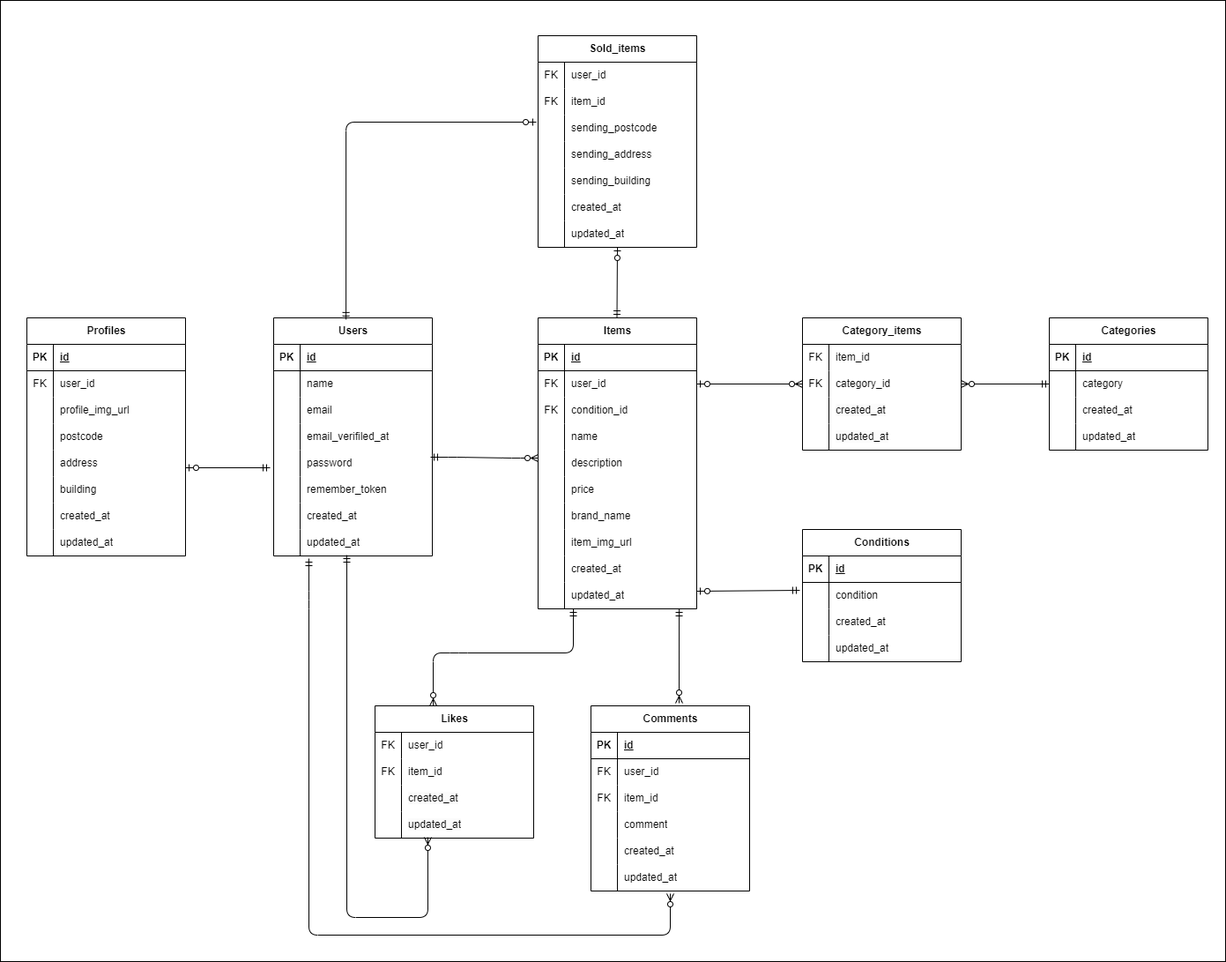
Before: freemarket.png, a diagram exported from draw.io (Zoe0327/ProTest-FreeMarket). Source tidied: cells renumbered, new cells last; positions are measured from the earlier drawing's top-left corner, leaving out a move shared by most shapes.
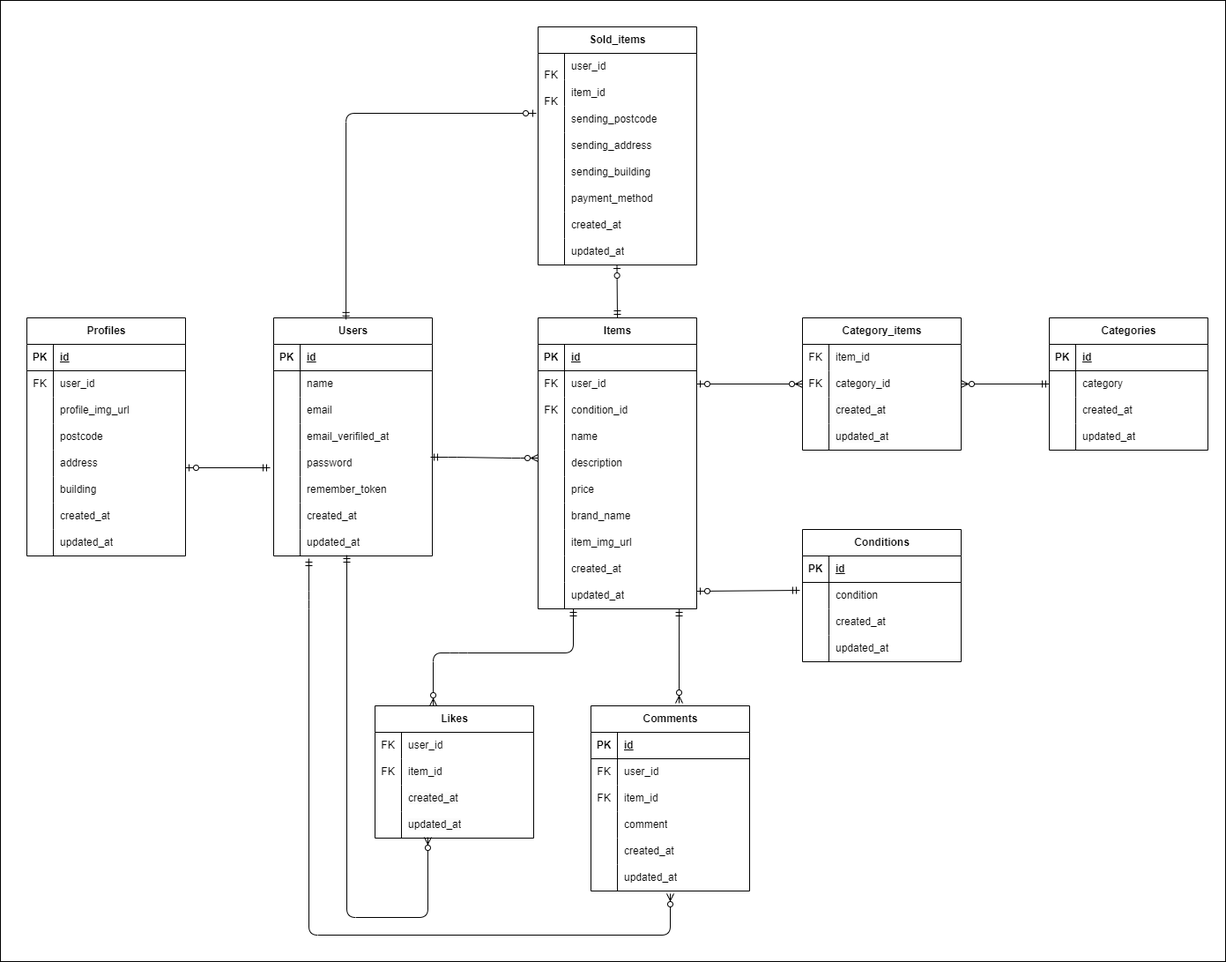
Above is the later version.

What changed in the source:
```diff
@@ -219,7 +219,7 @@
       <mxGeometry x="30" width="150" height="30" as="geometry" />
     </mxCell>
     <mxCell id="73" value="Sold_items" style="shape=table;startSize=30;rowLines=0;fontStyle=1;align=center;html=1;" parent="1" vertex="1">
-      <mxGeometry x="610" y="40" width="180" height="240" as="geometry" />
+      <mxGeometry x="610" y="30" width="180" height="270" as="geometry" />
     </mxCell>
     <mxCell id="74" style="shape=tableRow;horizontal=0;startSize=0;swimlaneHead=0;swimlaneBody=0;fillColor=none;top=0;left=0;right=0;bottom=0;" parent="73" vertex="1">
       <mxGeometry y="30" width="180" height="30" as="geometry" />
@@ -272,7 +272,7 @@
     <mxCell id="90" style="shape=partialRectangle;fillColor=none;top=0;left=0;bottom=0;right=0;overflow=hidden;whiteSpace=wrap;html=1;" parent="89" vertex="1">
       <mxGeometry width="30" height="30" as="geometry" />
     </mxCell>
-    <mxCell id="91" value="created_at" style="shape=partialRectangle;fillColor=none;top=0;left=0;bottom=0;right=0;align=left;spacingLeft=6;overflow=hidden;whiteSpace=wrap;html=1;" parent="89" vertex="1">
+    <mxCell id="91" value="payment_method" style="shape=partialRectangle;fillColor=none;top=0;left=0;bottom=0;right=0;align=left;spacingLeft=6;overflow=hidden;whiteSpace=wrap;html=1;" parent="89" vertex="1">
       <mxGeometry x="30" width="150" height="30" as="geometry" />
     </mxCell>
     <mxCell id="92" style="shape=tableRow;horizontal=0;startSize=0;swimlaneHead=0;swimlaneBody=0;fillColor=none;top=0;left=0;right=0;bottom=0;" parent="73" vertex="1">
@@ -281,9 +281,18 @@
     <mxCell id="93" style="shape=partialRectangle;fillColor=none;top=0;left=0;bottom=0;right=0;overflow=hidden;whiteSpace=wrap;html=1;" parent="92" vertex="1">
       <mxGeometry width="30" height="30" as="geometry" />
     </mxCell>
-    <mxCell id="94" value="updated_at" style="shape=partialRectangle;fillColor=none;top=0;left=0;bottom=0;right=0;align=left;spacingLeft=6;overflow=hidden;whiteSpace=wrap;html=1;" parent="92" vertex="1">
+    <mxCell id="94" value="&lt;span style=&quot;color: rgb(0, 0, 0);&quot;&gt;created_at&lt;/span&gt;" style="shape=partialRectangle;fillColor=none;top=0;left=0;bottom=0;right=0;align=left;spacingLeft=6;overflow=hidden;whiteSpace=wrap;html=1;" parent="92" vertex="1">
       <mxGeometry x="30" width="150" height="30" as="geometry" />
     </mxCell>
+    <mxCell id="194" style="shape=tableRow;horizontal=0;startSize=0;swimlaneHead=0;swimlaneBody=0;fillColor=none;top=0;left=0;right=0;bottom=0;" parent="73" vertex="1">
+      <mxGeometry y="240" width="180" height="30" as="geometry" />
+    </mxCell>
+    <mxCell id="195" style="shape=partialRectangle;fillColor=none;top=0;left=0;bottom=0;right=0;overflow=hidden;whiteSpace=wrap;html=1;" parent="194" vertex="1">
+      <mxGeometry width="30" height="30" as="geometry" />
+    </mxCell>
+    <mxCell id="196" value="updated_at" style="shape=partialRectangle;fillColor=none;top=0;left=0;bottom=0;right=0;align=left;spacingLeft=6;overflow=hidden;whiteSpace=wrap;html=1;" parent="194" vertex="1">
+      <mxGeometry x="30" width="150" height="30" as="geometry" />
+    </mxCell>
     <mxCell id="95" value="Comments" style="shape=table;startSize=30;rowLines=0;fontStyle=1;align=center;html=1;" parent="1" vertex="1">
       <mxGeometry x="670" y="800" width="180" height="210" as="geometry" />
     </mxCell>
@@ -605,10 +614,10 @@
     <mxCell id="192" style="fontSize=12;html=1;endArrow=ERzeroToOne;startArrow=ERmandOne;entryX=1;entryY=0.333;entryDx=0;entryDy=0;entryPerimeter=0;exitX=-0.017;exitY=0.3;exitDx=0;exitDy=0;exitPerimeter=0;" parent="1" edge="1" source="169" target="57">
       <mxGeometry relative="1" as="geometry" />
     </mxCell>
-    <mxCell id="193" style="fontSize=12;html=1;endArrow=ERzeroToOne;startArrow=ERmandOne;exitX=0.556;exitY=0;exitDx=0;exitDy=0;exitPerimeter=0;" parent="1" edge="1">
+    <mxCell id="193" style="fontSize=12;html=1;endArrow=ERzeroToOne;startArrow=ERmandOne;" parent="1" edge="1">
       <mxGeometry relative="1" as="geometry">
-        <mxPoint x="699.5" y="360" as="sourcePoint" />
-        <mxPoint x="700" y="280" as="targetPoint" />
+        <mxPoint x="700" y="360" as="sourcePoint" />
+        <mxPoint x="699.5" y="300" as="targetPoint" />
       </mxGeometry>
     </mxCell>
   </root>
```
